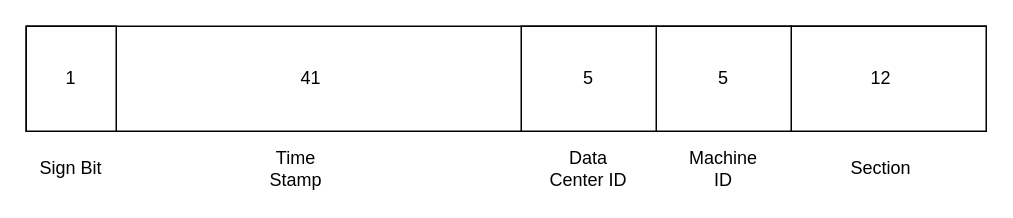
Earlier version of the draw.io diagram Twitter Snowflake ID format.drawio (rakeshgk/draw.io). Source tidied: cells renumbered, new cells numbered last; positions are measured from the earlier drawing's top-left corner, leaving out a move shared by most shapes. Both pictures are drawn from the tidied source at 150%, with x=0, y=0 at pixel (26, 26).
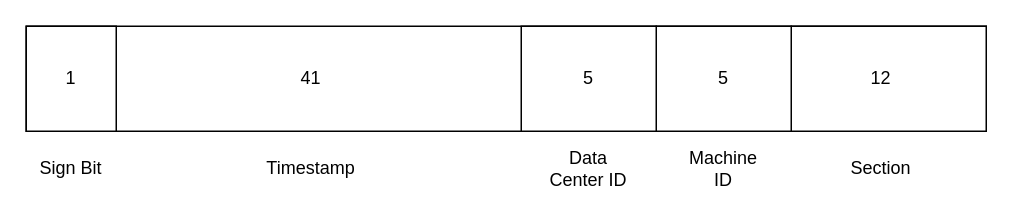
Above is the later version.

The edit, as a diff of the source:
```diff
@@
 <mxGraphModel>
   <root>
     <mxCell id="0" />
     <mxCell id="1" parent="0" />
     <mxCell id="2" style="rounded=0;whiteSpace=wrap;html=1;" parent="1" vertex="1">
       <mxGeometry width="640" height="70" as="geometry" />
     </mxCell>
     <mxCell id="3" style="rounded=0;whiteSpace=wrap;html=1;" parent="1" vertex="1">
       <mxGeometry width="60" height="70" as="geometry" />
     </mxCell>
     <mxCell id="4" style="rounded=0;whiteSpace=wrap;html=1;" parent="1" vertex="1">
       <mxGeometry x="510" width="130" height="70" as="geometry" />
     </mxCell>
     <mxCell id="5" style="rounded=0;whiteSpace=wrap;html=1;" parent="1" vertex="1">
       <mxGeometry x="420" width="90" height="70" as="geometry" />
     </mxCell>
     <mxCell id="6" style="rounded=0;whiteSpace=wrap;html=1;" parent="1" vertex="1">
       <mxGeometry x="330" width="90" height="70" as="geometry" />
     </mxCell>
     <mxCell id="7" value="Sign Bit" style="text;html=1;align=center;verticalAlign=middle;whiteSpace=wrap;rounded=0;" parent="1" vertex="1">
       <mxGeometry y="80" width="60" height="30" as="geometry" />
     </mxCell>
-    <mxCell id="8" value="Time Stamp" style="text;html=1;align=center;verticalAlign=middle;whiteSpace=wrap;rounded=0;" parent="1" vertex="1">
-      <mxGeometry x="150" y="80" width="60" height="30" as="geometry" />
+    <mxCell id="8" value="Timestamp" style="text;html=1;align=center;verticalAlign=middle;whiteSpace=wrap;rounded=0;" parent="1" vertex="1">
+      <mxGeometry x="150" y="80" width="80" height="30" as="geometry" />
     </mxCell>
     <mxCell id="9" value="Data Center ID" style="text;html=1;align=center;verticalAlign=middle;whiteSpace=wrap;rounded=0;" parent="1" vertex="1">
       <mxGeometry x="345" y="80" width="60" height="30" as="geometry" />
     </mxCell>
     <mxCell id="10" value="Machine ID" style="text;html=1;align=center;verticalAlign=middle;whiteSpace=wrap;rounded=0;" parent="1" vertex="1">
       <mxGeometry x="435" y="80" width="60" height="30" as="geometry" />
     </mxCell>
     <mxCell id="11" value="Section" style="text;html=1;align=center;verticalAlign=middle;whiteSpace=wrap;rounded=0;" parent="1" vertex="1">
       <mxGeometry x="540" y="80" width="60" height="30" as="geometry" />
     </mxCell>
     <mxCell id="12" value="1" style="text;html=1;align=center;verticalAlign=middle;whiteSpace=wrap;rounded=0;" parent="1" vertex="1">
       <mxGeometry y="20" width="60" height="30" as="geometry" />
     </mxCell>
     <mxCell id="13" value="41" style="text;html=1;align=center;verticalAlign=middle;whiteSpace=wrap;rounded=0;" parent="1" vertex="1">
       <mxGeometry x="160" y="20" width="60" height="30" as="geometry" />
     </mxCell>
     <mxCell id="14" value="5" style="text;html=1;align=center;verticalAlign=middle;whiteSpace=wrap;rounded=0;" parent="1" vertex="1">
       <mxGeometry x="345" y="20" width="60" height="30" as="geometry" />
     </mxCell>
     <mxCell id="15" value="5" style="text;html=1;align=center;verticalAlign=middle;whiteSpace=wrap;rounded=0;" parent="1" vertex="1">
       <mxGeometry x="435" y="20" width="60" height="30" as="geometry" />
     </mxCell>
     <mxCell id="16" value="12" style="text;html=1;align=center;verticalAlign=middle;whiteSpace=wrap;rounded=0;" parent="1" vertex="1">
       <mxGeometry x="540" y="20" width="60" height="30" as="geometry" />
     </mxCell>
   </root>
 </mxGraphModel>
```
